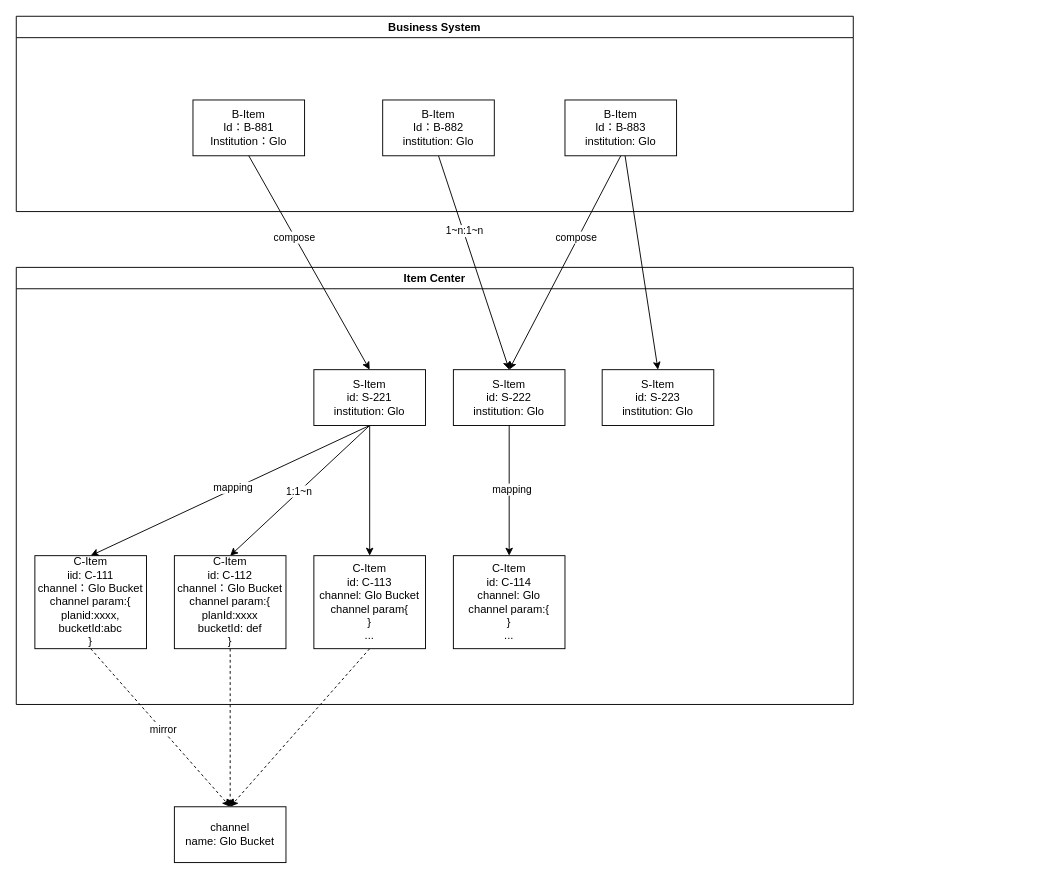
Earlier version of the draw.io diagram Standard Item.drawio (catface996/images). Source tidied: cells renumbered, new cells numbered last; positions are measured from the earlier drawing's top-left corner, leaving out a move shared by most shapes. Both pictures are drawn from the tidied source at 93%, with x=0, y=0 at pixel (16, 16).
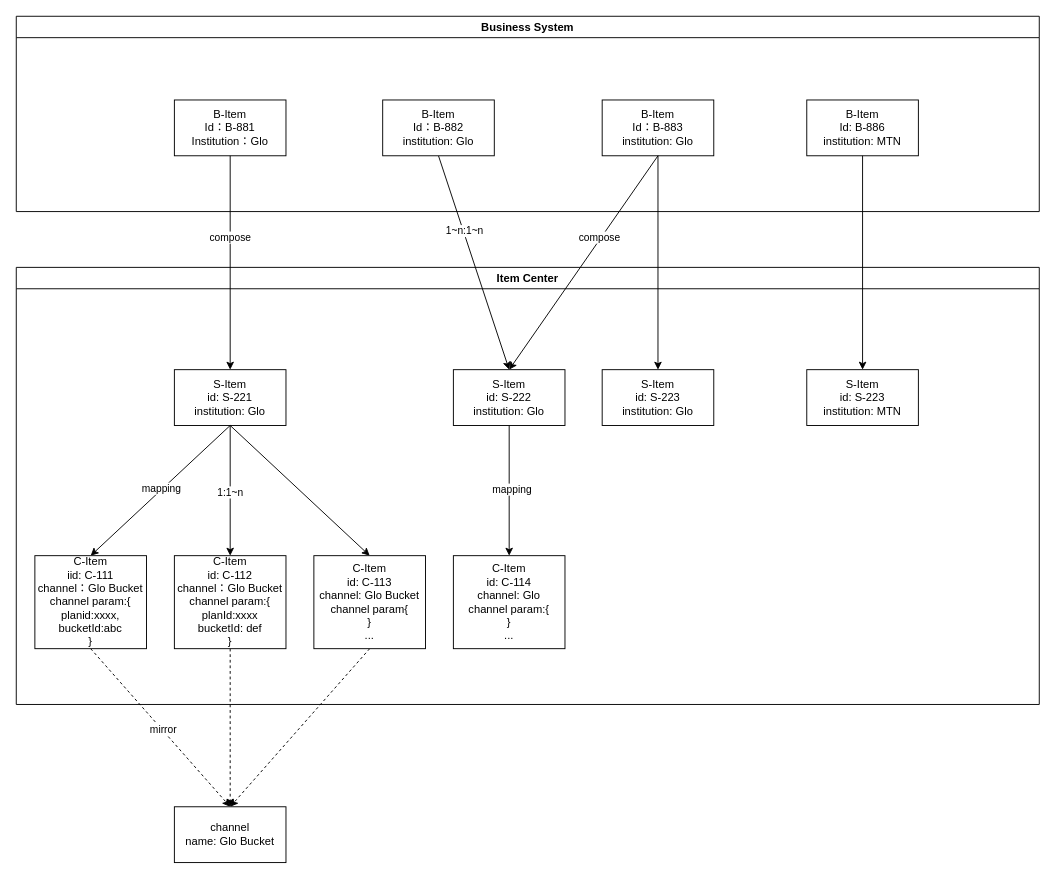
Above is the later version.

The change refers to these unchanged cells:
```xml
<mxCell id="20" value="C-Item&lt;br&gt;id: C-113&lt;br&gt;channel: Glo Bucket&lt;br&gt;channel param{&lt;br&gt;}&lt;br&gt;..." style="rounded=0;whiteSpace=wrap;html=1;" parent="1" vertex="1">
  <mxGeometry x="320" y="580" width="120" height="100" as="geometry" />
</mxCell>
```

What changed in the source:
```diff
@@
     <mxCell id="2" value="Item Center" style="swimlane;whiteSpace=wrap;html=1;" parent="1" vertex="1">
-      <mxGeometry y="270" width="900" height="470" as="geometry" />
+      <mxGeometry y="270" width="1100" height="470" as="geometry" />
     </mxCell>
@@
+    <mxCell id="33" value="S-Item&lt;br&gt;id: S-223&lt;br&gt;institution: MTN" style="rounded=0;whiteSpace=wrap;html=1;" parent="2" vertex="1">
+      <mxGeometry x="850" y="110" width="120" height="60" as="geometry" />
+    </mxCell>
+    <mxCell id="12" value="S-Item&lt;br&gt;id: S-221&lt;br&gt;institution: Glo" style="rounded=0;whiteSpace=wrap;html=1;" parent="2" vertex="1">
+      <mxGeometry x="170" y="110" width="120" height="60" as="geometry" />
+    </mxCell>
@@
-    <mxCell id="11" style="rounded=0;jettySize=auto;html=1;entryX=0.5;entryY=0;entryDx=0;entryDy=0;" parent="1" edge="1" source="12" target="20">
+    <mxCell id="11" style="rounded=0;jettySize=auto;html=1;entryX=0.5;entryY=0;entryDx=0;entryDy=0;exitX=0.5;exitY=1;exitDx=0;exitDy=0;" parent="1" edge="1" source="12" target="20">
       <mxGeometry relative="1" as="geometry" />
     </mxCell>
-    <mxCell id="12" value="S-Item&lt;br&gt;id: S-221&lt;br&gt;institution: Glo" style="rounded=0;whiteSpace=wrap;html=1;" parent="1" vertex="1">
-      <mxGeometry x="320" y="380" width="120" height="60" as="geometry" />
-    </mxCell>
@@
     <mxCell id="24" value="Business System" style="swimlane;whiteSpace=wrap;html=1;" parent="1" vertex="1">
-      <mxGeometry width="900" height="210" as="geometry" />
+      <mxGeometry width="1100" height="210" as="geometry" />
     </mxCell>
@@
     <mxCell id="26" value="B-Item&lt;br&gt;Id：B-883&lt;br&gt;institution: Glo" style="rounded=0;whiteSpace=wrap;html=1;" parent="24" vertex="1">
-      <mxGeometry x="590" y="90" width="120" height="60" as="geometry" />
+      <mxGeometry x="630" y="90" width="120" height="60" as="geometry" />
     </mxCell>
     <mxCell id="27" value="B-Item&lt;br&gt;Id：B-881&lt;br&gt;Institution：Glo" style="rounded=0;whiteSpace=wrap;html=1;" parent="24" vertex="1">
-      <mxGeometry x="190" y="90" width="120" height="60" as="geometry" />
+      <mxGeometry x="170" y="90" width="120" height="60" as="geometry" />
     </mxCell>
+    <mxCell id="34" value="B-Item&lt;br&gt;Id: B-886&lt;br&gt;institution: MTN" style="rounded=0;whiteSpace=wrap;html=1;" parent="24" vertex="1">
+      <mxGeometry x="850" y="90" width="120" height="60" as="geometry" />
+    </mxCell>
@@
+    <mxCell id="35" style="rounded=0;jettySize=auto;html=1;entryX=0.5;entryY=0;entryDx=0;entryDy=0;" parent="1" edge="1" target="33">
+      <mxGeometry relative="1" as="geometry">
+        <mxPoint x="910" y="150" as="sourcePoint" />
+      </mxGeometry>
+    </mxCell>
```
